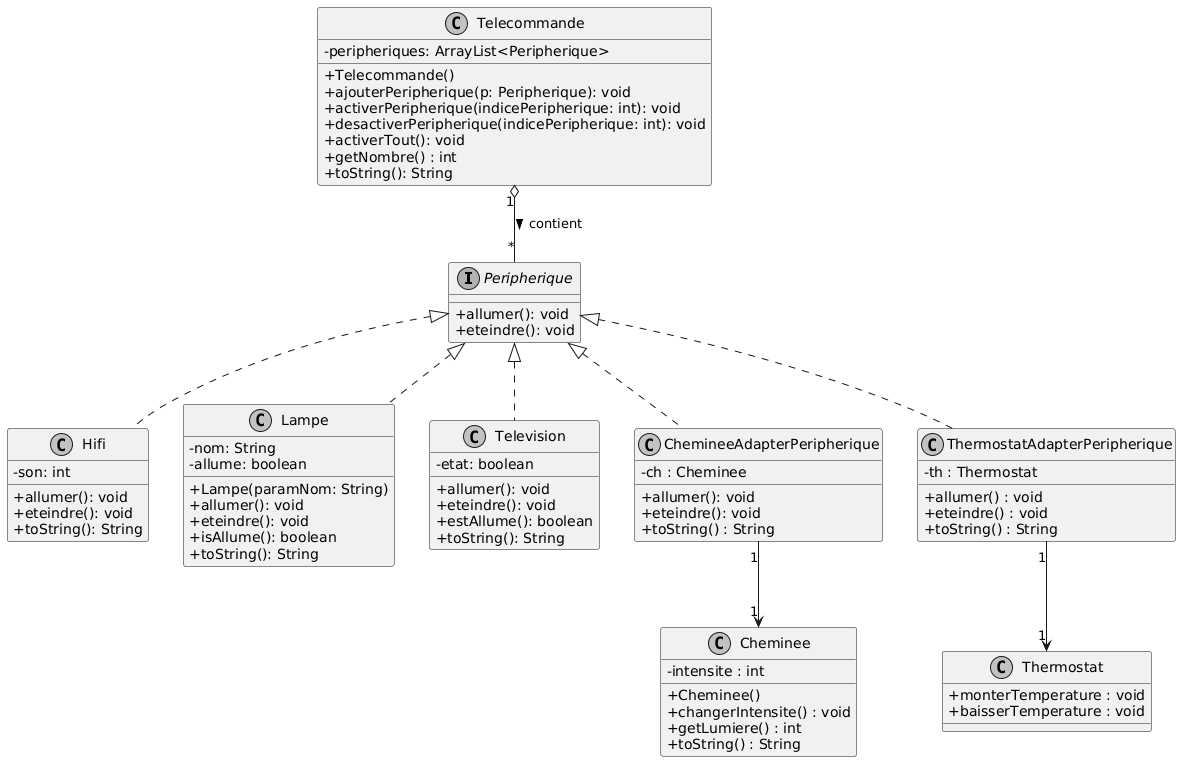
The PlantUML diagram TP3/TD06/img/umlQ7.png in joshu0111/2026_coo_domotique_ruelramos, before a commit.
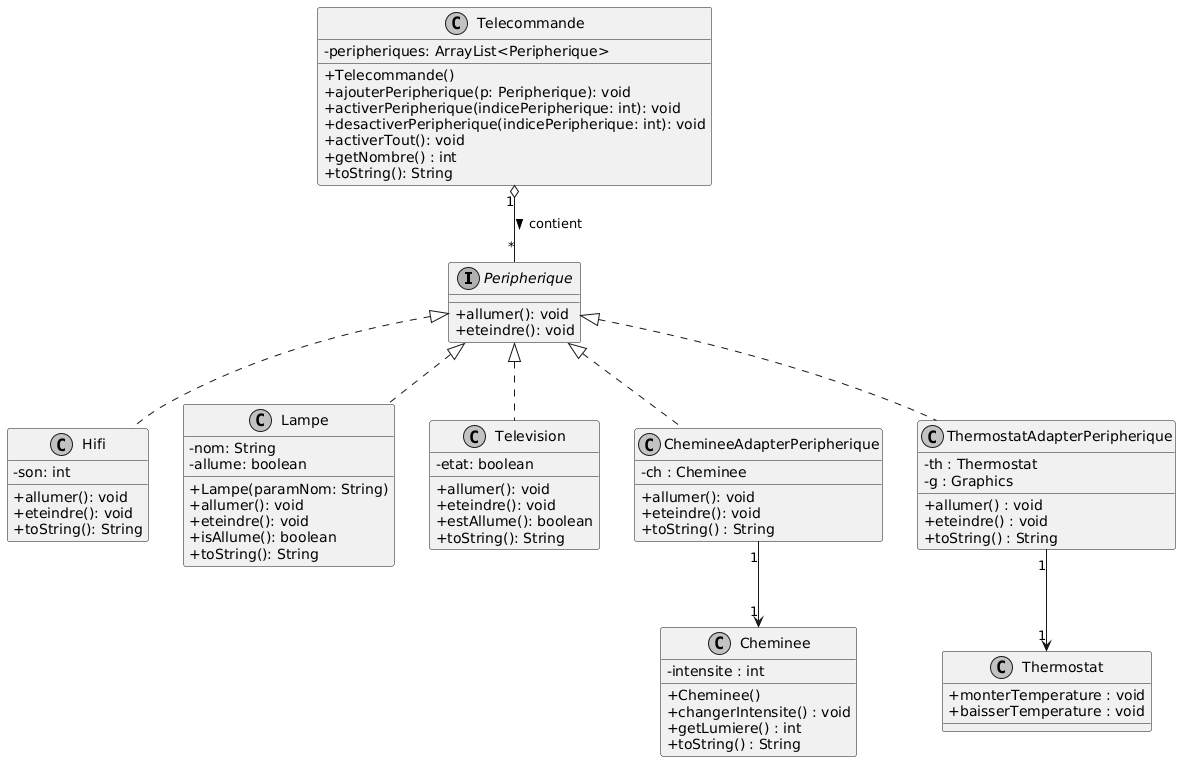
The same diagram one commit later.

Diff of the diagram source:
```diff
@@ -61,6 +61,7 @@
 
 class ThermostatAdapterPeripherique{
     - th : Thermostat
+    - g : Graphics
     + allumer() : void
     + eteindre() : void
     + toString() : String
```
